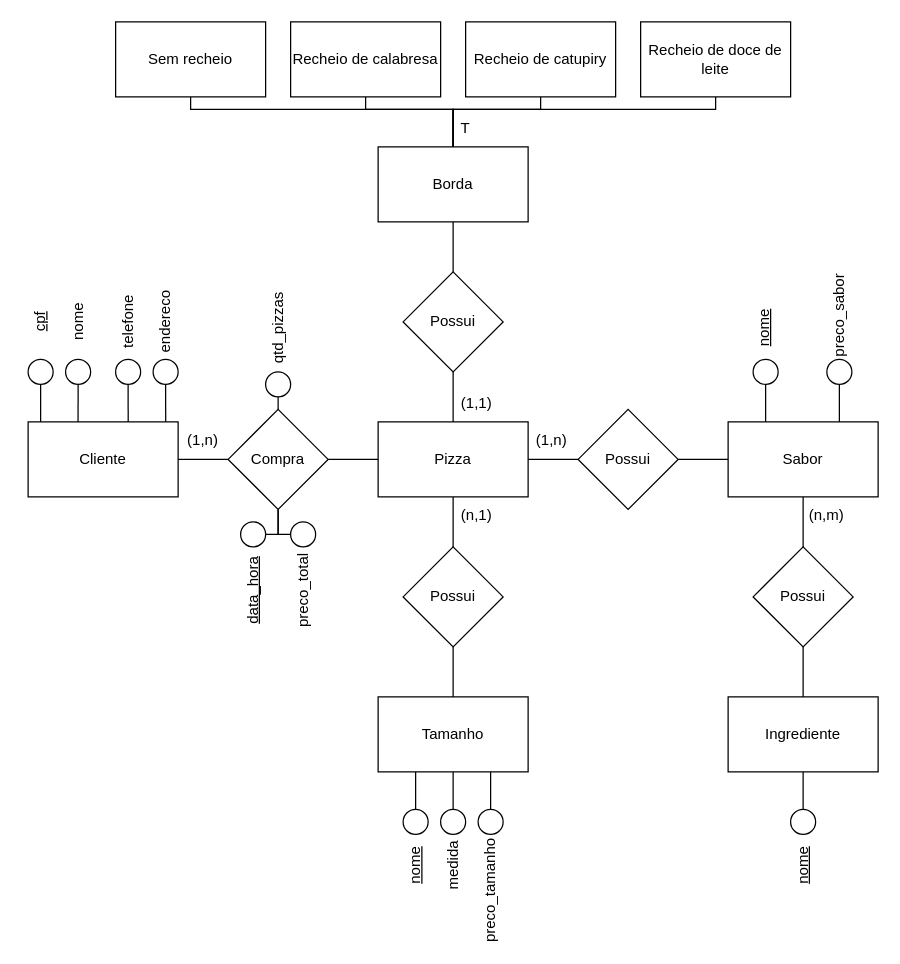
andreeeeeeeee/Engenharia_Software keeps this draw.io diagram as Lista3_11-04/Ex2.drawio. Above is the earlier version. Source tidied: cells renumbered, new cells numbered last; positions are measured from the earlier drawing's top-left corner, leaving out a move shared by most shapes. Both pictures are drawn from the tidied source at 125%, with x=0, y=0 at pixel (2, 21).
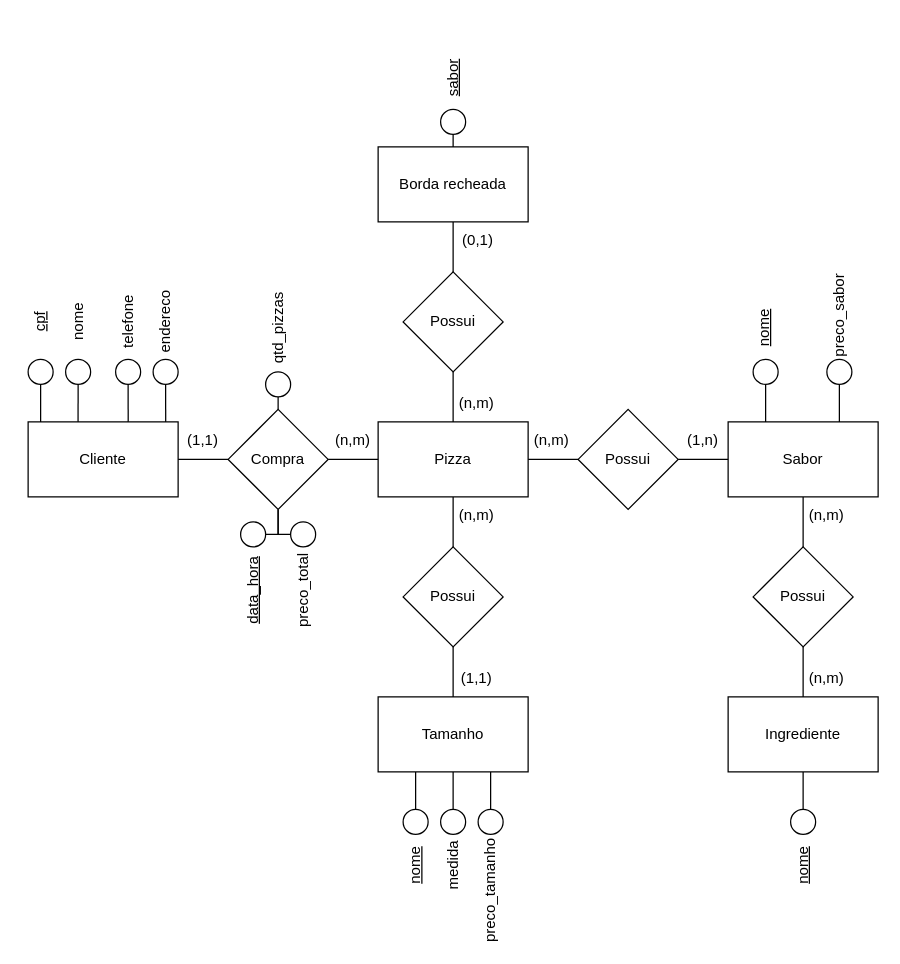
Above is the later version.

Diff of the diagram source:
```diff
@@
-    <mxCell id="7" value="(1,n)" style="text;html=1;strokeColor=none;fillColor=none;align=center;verticalAlign=middle;whiteSpace=wrap;rounded=0;" parent="1" vertex="1">
+    <mxCell id="7" value="(n,m)" style="text;html=1;strokeColor=none;fillColor=none;align=center;verticalAlign=middle;whiteSpace=wrap;rounded=0;" parent="1" vertex="1">
       <mxGeometry x="409" y="320" width="60" height="30" as="geometry" />
     </mxCell>
@@
-    <mxCell id="26" value="(n,1)" style="text;html=1;strokeColor=none;fillColor=none;align=center;verticalAlign=middle;whiteSpace=wrap;rounded=0;" parent="1" vertex="1">
+    <mxCell id="26" value="(n,m)" style="text;html=1;strokeColor=none;fillColor=none;align=center;verticalAlign=middle;whiteSpace=wrap;rounded=0;" parent="1" vertex="1">
       <mxGeometry x="349" y="380" width="60" height="30" as="geometry" />
     </mxCell>
@@
-    <mxCell id="37" value="Borda" style="rounded=0;whiteSpace=wrap;html=1;" parent="1" vertex="1">
+    <mxCell id="37" value="Borda recheada" style="rounded=0;whiteSpace=wrap;html=1;" parent="1" vertex="1">
       <mxGeometry x="300" y="100" width="120" height="60" as="geometry" />
     </mxCell>
@@
-    <mxCell id="40" value="(1,1)" style="text;html=1;strokeColor=none;fillColor=none;align=center;verticalAlign=middle;whiteSpace=wrap;rounded=0;" parent="1" vertex="1">
+    <mxCell id="40" value="(n,m)" style="text;html=1;strokeColor=none;fillColor=none;align=center;verticalAlign=middle;whiteSpace=wrap;rounded=0;" parent="1" vertex="1">
       <mxGeometry x="349" y="290" width="60" height="30" as="geometry" />
     </mxCell>
-    <mxCell id="41" value="Recheio de catupiry" style="rounded=0;whiteSpace=wrap;html=1;" parent="1" vertex="1">
-      <mxGeometry x="370" width="120" height="60" as="geometry" />
-    </mxCell>
-    <mxCell id="42" value="Recheio de calabresa" style="rounded=0;whiteSpace=wrap;html=1;" parent="1" vertex="1">
-      <mxGeometry x="230" width="120" height="60" as="geometry" />
-    </mxCell>
-    <mxCell id="43" value="Sem recheio" style="rounded=0;whiteSpace=wrap;html=1;" parent="1" vertex="1">
-      <mxGeometry x="90" width="120" height="60" as="geometry" />
-    </mxCell>
-    <mxCell id="44" value="Recheio de doce de leite" style="rounded=0;whiteSpace=wrap;html=1;" parent="1" vertex="1">
-      <mxGeometry x="510" width="120" height="60" as="geometry" />
-    </mxCell>
-    <mxCell id="45" style="endArrow=none;html=1;rounded=0;entryX=0.5;entryY=1;entryDx=0;entryDy=0;exitX=0.5;exitY=0;exitDx=0;exitDy=0;" parent="1" edge="1" source="37" target="43">
-      <mxGeometry relative="1" as="geometry">
-        <Array as="points">
-          <mxPoint x="360" y="70" />
-          <mxPoint x="150" y="70" />
-        </Array>
-      </mxGeometry>
-    </mxCell>
-    <mxCell id="46" style="endArrow=none;html=1;rounded=0;entryX=0.5;entryY=1;entryDx=0;entryDy=0;exitX=0.5;exitY=0;exitDx=0;exitDy=0;" parent="1" edge="1" source="37" target="42">
-      <mxGeometry relative="1" as="geometry">
-        <Array as="points">
-          <mxPoint x="360" y="70" />
-          <mxPoint x="290" y="70" />
-        </Array>
-      </mxGeometry>
-    </mxCell>
-    <mxCell id="47" style="endArrow=none;html=1;rounded=0;entryX=0.5;entryY=1;entryDx=0;entryDy=0;exitX=0.5;exitY=0;exitDx=0;exitDy=0;" parent="1" edge="1" source="37" target="41">
-      <mxGeometry relative="1" as="geometry">
-        <Array as="points">
-          <mxPoint x="360" y="70" />
-          <mxPoint x="430" y="70" />
-        </Array>
-      </mxGeometry>
-    </mxCell>
-    <mxCell id="48" style="endArrow=none;html=1;rounded=0;entryX=0.5;entryY=1;entryDx=0;entryDy=0;exitX=0.5;exitY=0;exitDx=0;exitDy=0;" parent="1" edge="1" source="37" target="44">
-      <mxGeometry relative="1" as="geometry">
-        <Array as="points">
-          <mxPoint x="360" y="70" />
-          <mxPoint x="570" y="70" />
-        </Array>
-      </mxGeometry>
-    </mxCell>
@@
-    <mxCell id="53" value="T" style="text;html=1;strokeColor=none;fillColor=none;align=center;verticalAlign=middle;whiteSpace=wrap;rounded=0;" parent="1" vertex="1">
-      <mxGeometry x="340" y="70" width="60" height="30" as="geometry" />
-    </mxCell>
-    <mxCell id="54" value="(1,n)" style="text;html=1;strokeColor=none;fillColor=none;align=center;verticalAlign=middle;whiteSpace=wrap;rounded=0;" parent="1" vertex="1">
+    <mxCell id="54" value="(1,1)" style="text;html=1;strokeColor=none;fillColor=none;align=center;verticalAlign=middle;whiteSpace=wrap;rounded=0;" parent="1" vertex="1">
       <mxGeometry x="130" y="320" width="60" height="30" as="geometry" />
     </mxCell>
@@
+    <mxCell id="76" value="(0,1)" style="text;html=1;strokeColor=none;fillColor=none;align=center;verticalAlign=middle;whiteSpace=wrap;rounded=0;" parent="1" vertex="1">
+      <mxGeometry x="350" y="160" width="60" height="30" as="geometry" />
+    </mxCell>
+    <mxCell id="77" style="ellipse;whiteSpace=wrap;html=1;" parent="1" vertex="1">
+      <mxGeometry x="350" y="70" width="20" height="20" as="geometry" />
+    </mxCell>
+    <mxCell id="78" value="&lt;u&gt;sabor&lt;/u&gt;" style="text;html=1;strokeColor=none;fillColor=none;align=center;verticalAlign=middle;whiteSpace=wrap;rounded=0;rotation=-90;" parent="1" vertex="1">
+      <mxGeometry x="330" y="30" width="60" height="30" as="geometry" />
+    </mxCell>
+    <mxCell id="79" style="endArrow=none;html=1;rounded=0;exitX=0.5;exitY=0;exitDx=0;exitDy=0;" parent="1" edge="1" source="37" target="77">
+      <mxGeometry relative="1" as="geometry" />
+    </mxCell>
+    <mxCell id="80" value="(n,m)" style="text;html=1;strokeColor=none;fillColor=none;align=center;verticalAlign=middle;whiteSpace=wrap;rounded=0;" parent="1" vertex="1">
+      <mxGeometry x="250" y="320" width="60" height="30" as="geometry" />
+    </mxCell>
+    <mxCell id="81" value="(1,1)" style="text;html=1;strokeColor=none;fillColor=none;align=center;verticalAlign=middle;whiteSpace=wrap;rounded=0;" parent="1" vertex="1">
+      <mxGeometry x="349" y="510" width="60" height="30" as="geometry" />
+    </mxCell>
+    <mxCell id="82" value="(1,n)" style="text;html=1;strokeColor=none;fillColor=none;align=center;verticalAlign=middle;whiteSpace=wrap;rounded=0;" parent="1" vertex="1">
+      <mxGeometry x="530" y="320" width="60" height="30" as="geometry" />
+    </mxCell>
+    <mxCell id="83" value="(n,m)" style="text;html=1;strokeColor=none;fillColor=none;align=center;verticalAlign=middle;whiteSpace=wrap;rounded=0;" parent="1" vertex="1">
+      <mxGeometry x="629" y="510" width="60" height="30" as="geometry" />
+    </mxCell>
```
